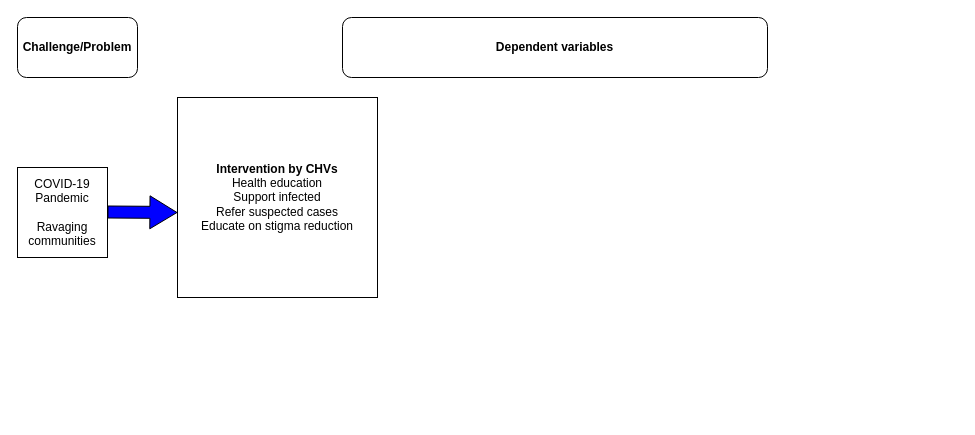
Above: Untitled Diagram.drawio in Jochoniah/2015 (draw.io), before the change. Source tidied: cells renumbered, new cells numbered last; positions are measured from the earlier drawing's top-left corner, leaving out a move shared by most shapes. Both pictures are drawn from the tidied source at 100%, with x=0, y=0 at pixel (17, 17).
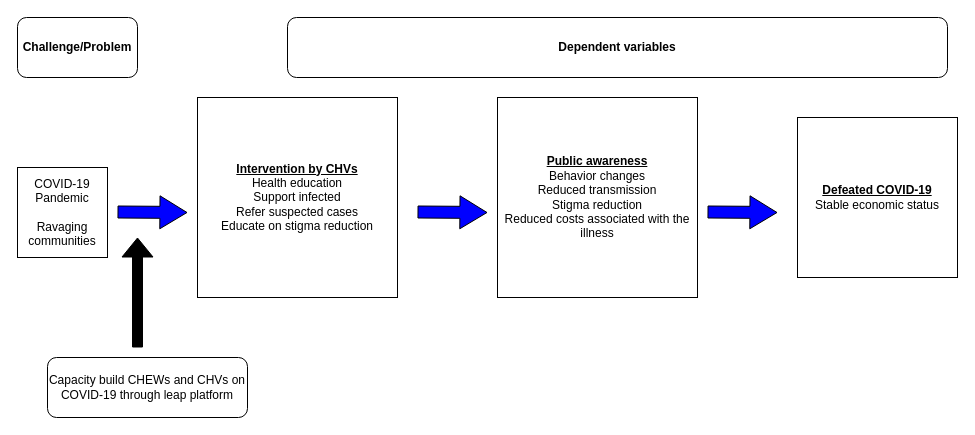
The same diagram, later.

The edit, as a diff of the source:
```diff
@@
 <mxGraphModel>
   <root>
     <mxCell id="0" />
     <mxCell id="1" parent="0" />
     <mxCell id="2" value="Challenge/Problem" style="rounded=1;whiteSpace=wrap;html=1;fontStyle=1;" parent="1" vertex="1">
       <mxGeometry width="120" height="60" as="geometry" />
     </mxCell>
     <mxCell id="3" value="&lt;b&gt;Dependent variables&lt;/b&gt;" style="rounded=1;whiteSpace=wrap;html=1;" parent="1" vertex="1">
-      <mxGeometry x="325" width="425" height="60" as="geometry" />
+      <mxGeometry x="270" width="660" height="60" as="geometry" />
     </mxCell>
     <mxCell id="4" value="COVID-19 Pandemic&lt;br&gt;&lt;br&gt;Ravaging communities" style="whiteSpace=wrap;html=1;" parent="1" vertex="1">
       <mxGeometry y="150" width="90" height="90" as="geometry" />
     </mxCell>
     <mxCell id="5" style="shape=flexArrow;endArrow=classic;html=1;width=12;endSize=8.7;fillColor=#0000FF;" parent="1" edge="1">
       <mxGeometry relative="1" as="geometry">
-        <mxPoint x="90" y="194.5" as="sourcePoint" />
-        <mxPoint x="160" y="195" as="targetPoint" />
+        <mxPoint x="100" y="194.5" as="sourcePoint" />
+        <mxPoint x="170" y="195" as="targetPoint" />
       </mxGeometry>
     </mxCell>
-    <mxCell id="6" value="&lt;b&gt;Intervention by CHVs&lt;/b&gt;&lt;br&gt;Health education&lt;br&gt;Support infected&lt;br&gt;Refer suspected cases&lt;br&gt;Educate on stigma reduction" style="whiteSpace=wrap;html=1;" parent="1" vertex="1">
-      <mxGeometry x="160" y="80" width="200" height="200" as="geometry" />
+    <mxCell id="6" value="&lt;b&gt;&lt;u&gt;Intervention by CHVs&lt;/u&gt;&lt;/b&gt;&lt;br&gt;Health education&lt;br&gt;Support infected&lt;br&gt;Refer suspected cases&lt;br&gt;Educate on stigma reduction" style="whiteSpace=wrap;html=1;" parent="1" vertex="1">
+      <mxGeometry x="180" y="80" width="200" height="200" as="geometry" />
     </mxCell>
+    <mxCell id="7" style="shape=flexArrow;endArrow=classic;html=1;width=12;endSize=8.7;fillColor=#0000FF;" parent="1" edge="1">
+      <mxGeometry relative="1" as="geometry">
+        <mxPoint x="400" y="194.5" as="sourcePoint" />
+        <mxPoint x="470" y="195" as="targetPoint" />
+      </mxGeometry>
+    </mxCell>
+    <mxCell id="8" value="&lt;u style=&quot;font-weight: bold&quot;&gt;Public awareness&lt;/u&gt;&lt;br&gt;Behavior changes&lt;br&gt;Reduced transmission&lt;br&gt;Stigma reduction&lt;br&gt;Reduced costs associated with the illness" style="whiteSpace=wrap;html=1;" parent="1" vertex="1">
+      <mxGeometry x="480" y="80" width="200" height="200" as="geometry" />
+    </mxCell>
+    <mxCell id="9" style="shape=flexArrow;endArrow=classic;html=1;width=12;endSize=8.7;fillColor=#0000FF;" parent="1" edge="1">
+      <mxGeometry relative="1" as="geometry">
+        <mxPoint x="690" y="194.5" as="sourcePoint" />
+        <mxPoint x="760" y="195" as="targetPoint" />
+      </mxGeometry>
+    </mxCell>
+    <mxCell id="10" value="&lt;u style=&quot;font-weight: bold&quot;&gt;Defeated COVID-19&lt;/u&gt;&lt;br&gt;Stable economic status" style="whiteSpace=wrap;html=1;" parent="1" vertex="1">
+      <mxGeometry x="780" y="100" width="160" height="160" as="geometry" />
+    </mxCell>
+    <mxCell id="11" style="shape=flexArrow;endArrow=classic;html=1;strokeColor=#000000;fillColor=#000000;" parent="1" edge="1">
+      <mxGeometry relative="1" as="geometry">
+        <mxPoint x="120" y="330" as="sourcePoint" />
+        <mxPoint x="120" y="220" as="targetPoint" />
+      </mxGeometry>
+    </mxCell>
+    <mxCell id="12" value="Capacity build CHEWs and CHVs on COVID-19 through leap platform" style="rounded=1;whiteSpace=wrap;html=1;" parent="1" vertex="1">
+      <mxGeometry x="30" y="340" width="200" height="60" as="geometry" />
+    </mxCell>
   </root>
 </mxGraphModel>
```
